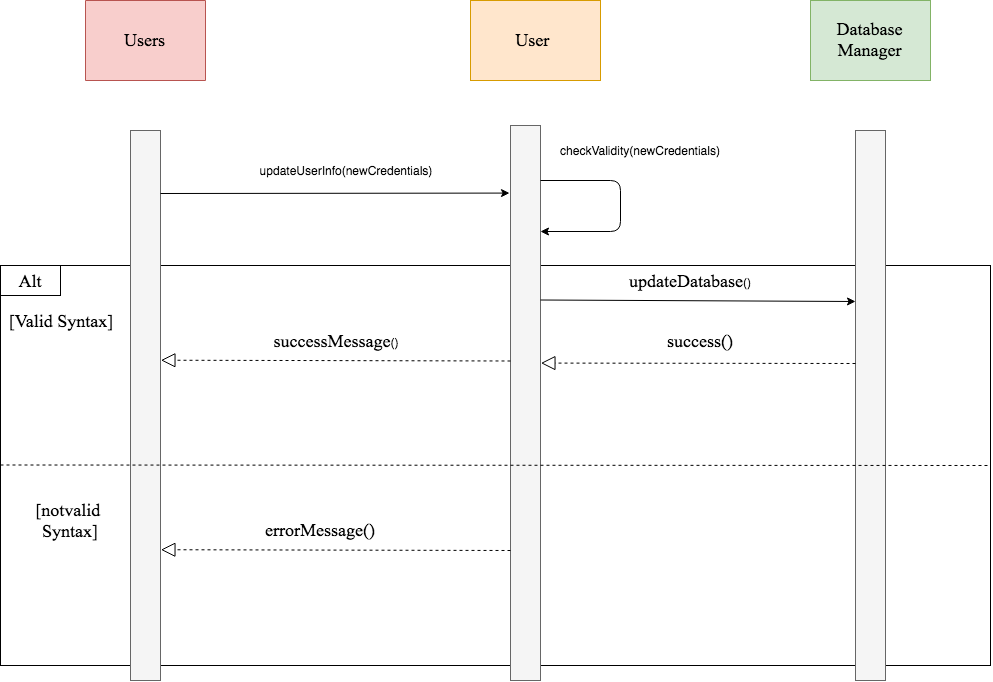
The draw.io diagram images/SequenceDiagrams/updateUser.png in bounswe/bounswe2019group10, before a commit. Source tidied: cells renumbered, new cells last; positions are measured from the earlier drawing's top-left corner, leaving out a move shared by most shapes.
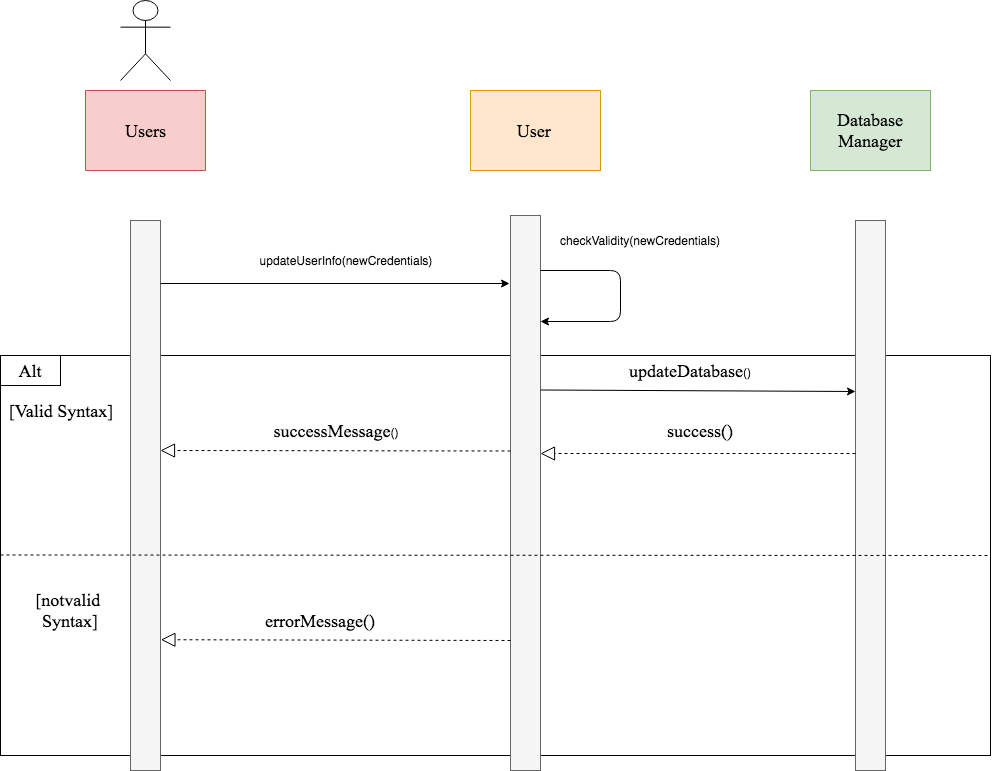
The same file after the commit.

What changed in the source:
```diff
@@ -96,5 +96,8 @@
         <mxPoint x="160.4" y="549.2" as="targetPoint" />
       </mxGeometry>
     </mxCell>
+    <mxCell id="26" style="shape=umlActor;verticalLabelPosition=bottom;labelBackgroundColor=#ffffff;verticalAlign=top;html=1;" parent="1" vertex="1">
+      <mxGeometry x="120" y="-90" width="50" height="80" as="geometry" />
+    </mxCell>
   </root>
 </mxGraphModel>
```
